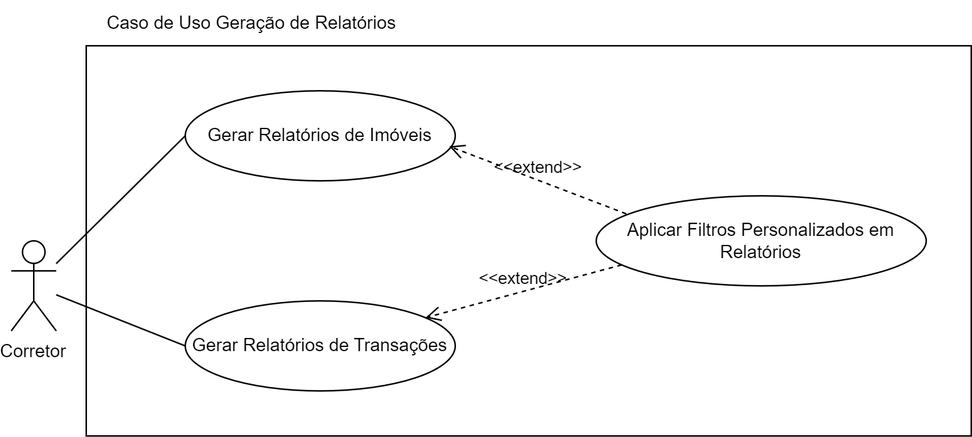
israel-bsi/realtyhub keeps this draw.io diagram as diagrams/casos_de_uso/png/uc_geracao_relatorios.drawio.png. Above is the earlier version. Source tidied: cells renumbered, new cells last; positions are measured from the earlier drawing's top-left corner, leaving out a move shared by most shapes.
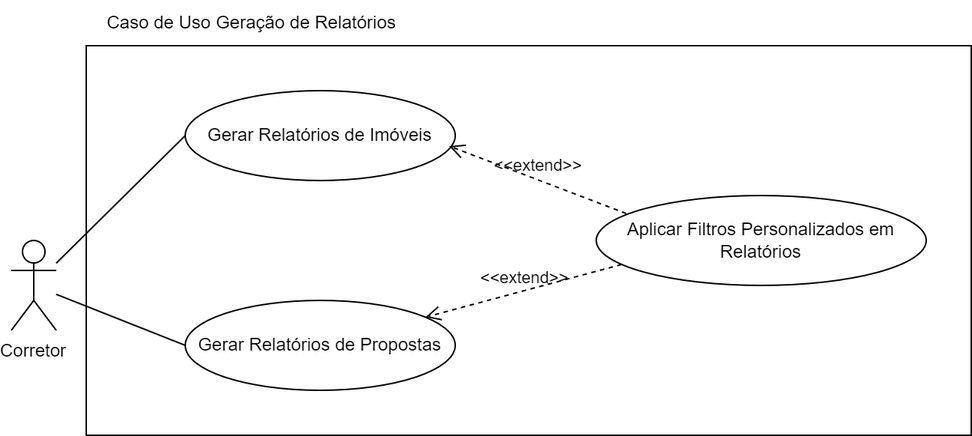
The same file after the commit.

The edit, as a diff of the source:
```diff
@@ -2,31 +2,31 @@
   <root>
     <mxCell id="0" />
     <mxCell id="1" parent="0" />
-    <mxCell id="2" style="rounded=0;whiteSpace=wrap;html=1;" parent="1" vertex="1">
-      <mxGeometry x="50" y="30" width="590" height="260" as="geometry" />
-    </mxCell>
+    <mxCell id="12" style="rounded=0;whiteSpace=wrap;html=1;" parent="1" vertex="1">
+      <mxGeometry x="50" y="30" width="590" height="260" as="geometry" />
+    </mxCell>
     <mxCell id="3" value="Corretor" style="shape=umlActor;verticalLabelPosition=bottom;verticalAlign=top;" parent="1" vertex="1">
       <mxGeometry y="160" width="30" height="60" as="geometry" />
     </mxCell>
     <mxCell id="4" value="Gerar Relatórios de Imóveis" style="ellipse;whiteSpace=wrap;html=1;" parent="1" vertex="1">
       <mxGeometry x="116" y="60" width="180" height="60" as="geometry" />
     </mxCell>
-    <mxCell id="5" value="Gerar Relatórios de Transações" style="ellipse;whiteSpace=wrap;html=1;" parent="1" vertex="1">
-      <mxGeometry x="116" y="200" width="180" height="60" as="geometry" />
-    </mxCell>
+    <mxCell id="13" value="Gerar Relatórios de Propostas" style="ellipse;whiteSpace=wrap;html=1;" parent="1" vertex="1">
+      <mxGeometry x="116" y="200" width="180" height="60" as="geometry" />
+    </mxCell>
     <mxCell id="6" value="Aplicar Filtros Personalizados em Relatórios" style="ellipse;whiteSpace=wrap;html=1;" parent="1" vertex="1">
       <mxGeometry x="390" y="130" width="220" height="60" as="geometry" />
     </mxCell>
     <mxCell id="7" style="endArrow=none;html=1;entryX=0;entryY=0.5;entryDx=0;entryDy=0;" parent="1" edge="1" source="3" target="4">
       <mxGeometry relative="1" as="geometry" />
     </mxCell>
-    <mxCell id="8" style="endArrow=none;html=1;entryX=0;entryY=0.5;entryDx=0;entryDy=0;" parent="1" edge="1" source="3" target="5">
-      <mxGeometry relative="1" as="geometry" />
-    </mxCell>
+    <mxCell id="14" style="endArrow=none;html=1;entryX=0;entryY=0.5;entryDx=0;entryDy=0;" parent="1" edge="1" source="3" target="13">
+      <mxGeometry relative="1" as="geometry" />
+    </mxCell>
     <mxCell id="9" value="&amp;lt;&amp;lt;extend&amp;gt;&amp;gt;" style="endArrow=open;startArrow=none;endFill=0;startFill=0;endSize=8;html=1;verticalAlign=bottom;dashed=1;labelBackgroundColor=none;rounded=0;exitX=0.091;exitY=0.2;exitDx=0;exitDy=0;exitPerimeter=0;entryX=0.978;entryY=0.617;entryDx=0;entryDy=0;entryPerimeter=0;" parent="1" edge="1" source="6" target="4">
       <mxGeometry relative="1" as="geometry" />
     </mxCell>
-    <mxCell id="10" value="&amp;lt;&amp;lt;extend&amp;gt;&amp;gt;" style="endArrow=open;startArrow=none;endFill=0;startFill=0;endSize=8;html=1;verticalAlign=bottom;dashed=1;labelBackgroundColor=none;rounded=0;exitX=0.077;exitY=0.767;exitDx=0;exitDy=0;exitPerimeter=0;" parent="1" edge="1" source="6" target="5">
+    <mxCell id="10" value="&amp;lt;&amp;lt;extend&amp;gt;&amp;gt;" style="endArrow=open;startArrow=none;endFill=0;startFill=0;endSize=8;html=1;verticalAlign=bottom;dashed=1;labelBackgroundColor=none;rounded=0;exitX=0.077;exitY=0.767;exitDx=0;exitDy=0;exitPerimeter=0;" parent="1" edge="1" source="6" target="13">
       <mxGeometry relative="1" as="geometry" />
     </mxCell>
     <mxCell id="11" value="Caso de Uso Geração de Relatórios" style="text;html=1;align=center;verticalAlign=middle;strokeColor=none;fillColor=none;" parent="1" vertex="1">
```
